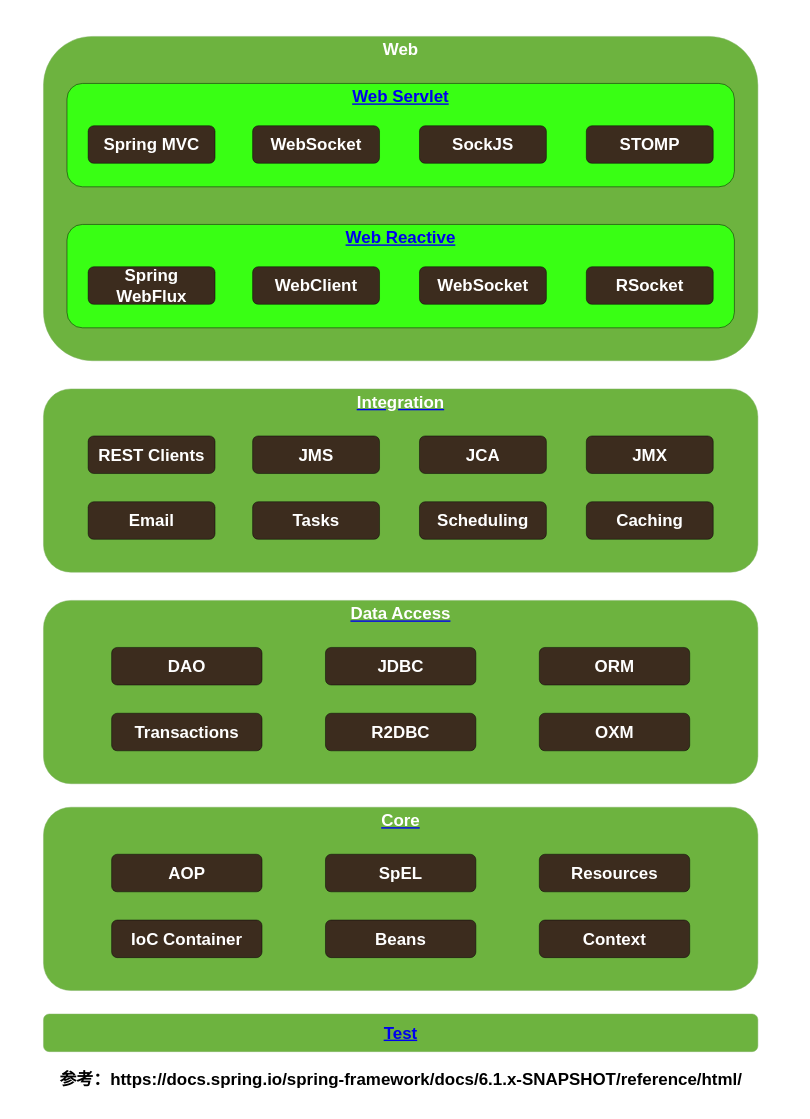
This is java-road-map/SpringFramework6.1.x.drawio from zhuyee/draw, a draw.io file, before an edit. Source tidied: cells renumbered, new cells numbered last; positions are measured from the earlier drawing's top-left corner, leaving out a move shared by most shapes. Both pictures are drawn from the tidied source at 47%, with x=0, y=0 at pixel (43, 36).
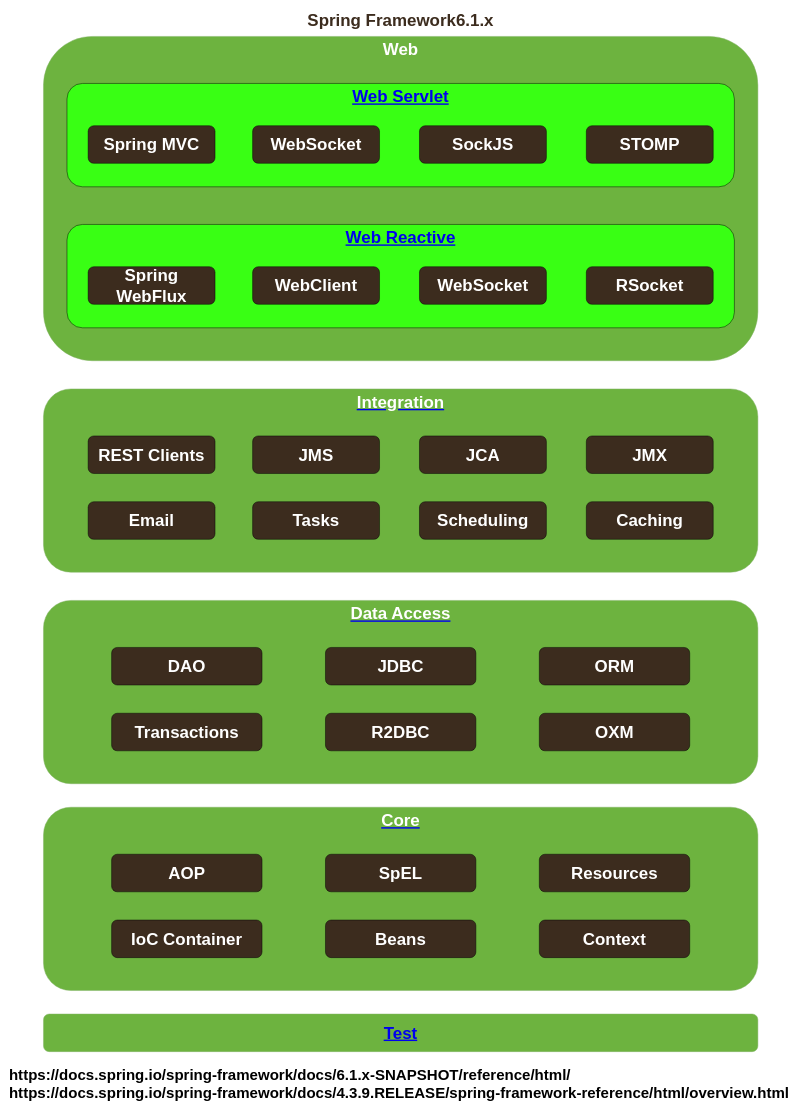
After the change.

Commit message:
update 添加参考链接

What changed in the source:
```diff
@@
-    <mxCell id="37" value="&lt;font style=&quot;font-size: 36px;&quot;&gt;参考：https://docs.spring.io/spring-framework/docs/6.1.x-SNAPSHOT/reference/html/&lt;/font&gt;" style="text;html=1;strokeColor=none;fillColor=none;align=center;verticalAlign=middle;whiteSpace=wrap;rounded=0;fontStyle=1;" parent="1" vertex="1">
-      <mxGeometry x="12.5" y="2184" width="1495" height="70" as="geometry" />
+    <mxCell id="37" value="&lt;font style=&quot;font-size: 32px;&quot;&gt;https://docs.spring.io/spring-framework/docs/6.1.x-SNAPSHOT/reference/html/&lt;br&gt;&lt;span style=&quot;&quot;&gt;https://docs.spring.io/spring-framework/docs/4.3.9.RELEASE/spring-framework-reference/html/overview.html&lt;/span&gt;&lt;br&gt;&lt;/font&gt;" style="text;html=1;strokeColor=none;fillColor=none;align=left;verticalAlign=middle;whiteSpace=wrap;rounded=0;fontStyle=1;" parent="1" vertex="1">
+      <mxGeometry x="-75" y="2170" width="1690" height="116" as="geometry" />
     </mxCell>
+    <mxCell id="38" value="&lt;font color=&quot;#3c2c1e&quot; style=&quot;font-size: 36px;&quot;&gt;Spring Framework6.1.x&lt;/font&gt;" style="text;html=1;strokeColor=none;fillColor=none;align=center;verticalAlign=middle;whiteSpace=wrap;rounded=0;fontStyle=1;" parent="1" vertex="1">
+      <mxGeometry x="555" y="-60" width="410" height="50" as="geometry" />
+    </mxCell>
```
